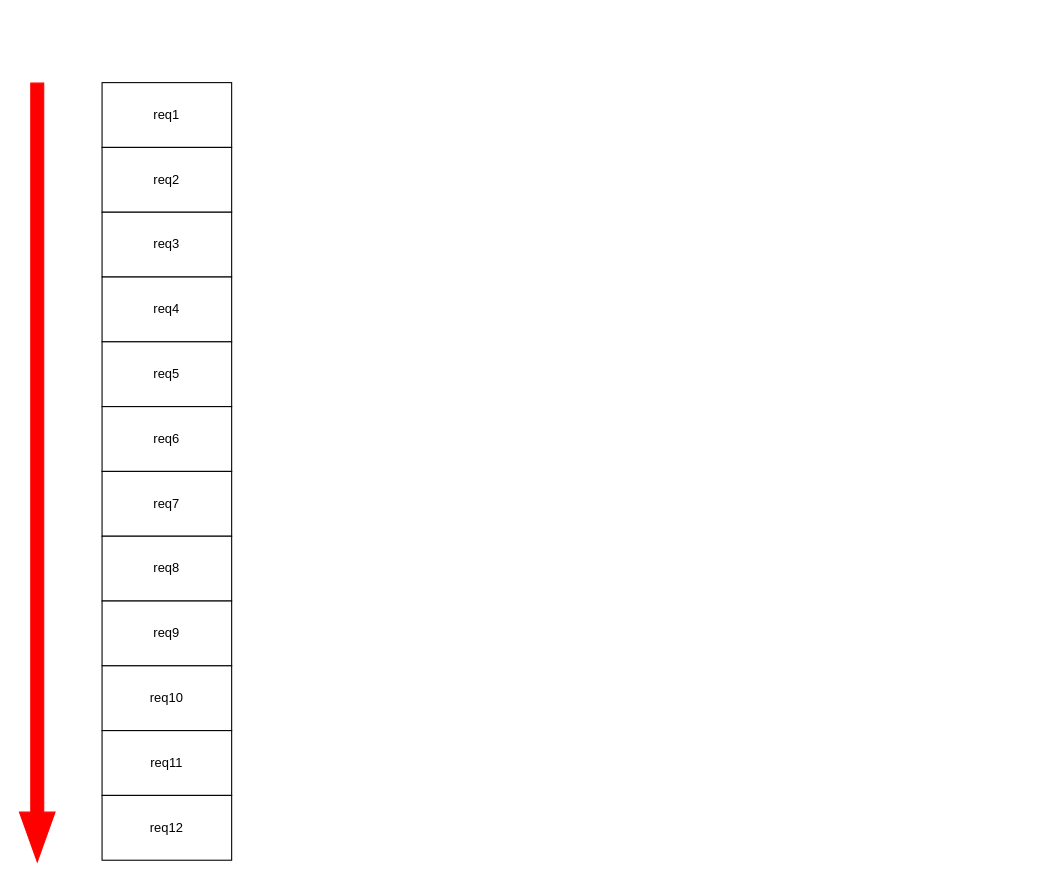
Before: streaming_grpc.drawio in FAKERINHEART/draw_folder, a draw.io diagram. Source tidied: cells renumbered, new cells numbered last; positions are measured from the earlier drawing's top-left corner, leaving out a move shared by most shapes. Both pictures are drawn from the tidied source at 108%, with x=0, y=0 at pixel (37, 82).
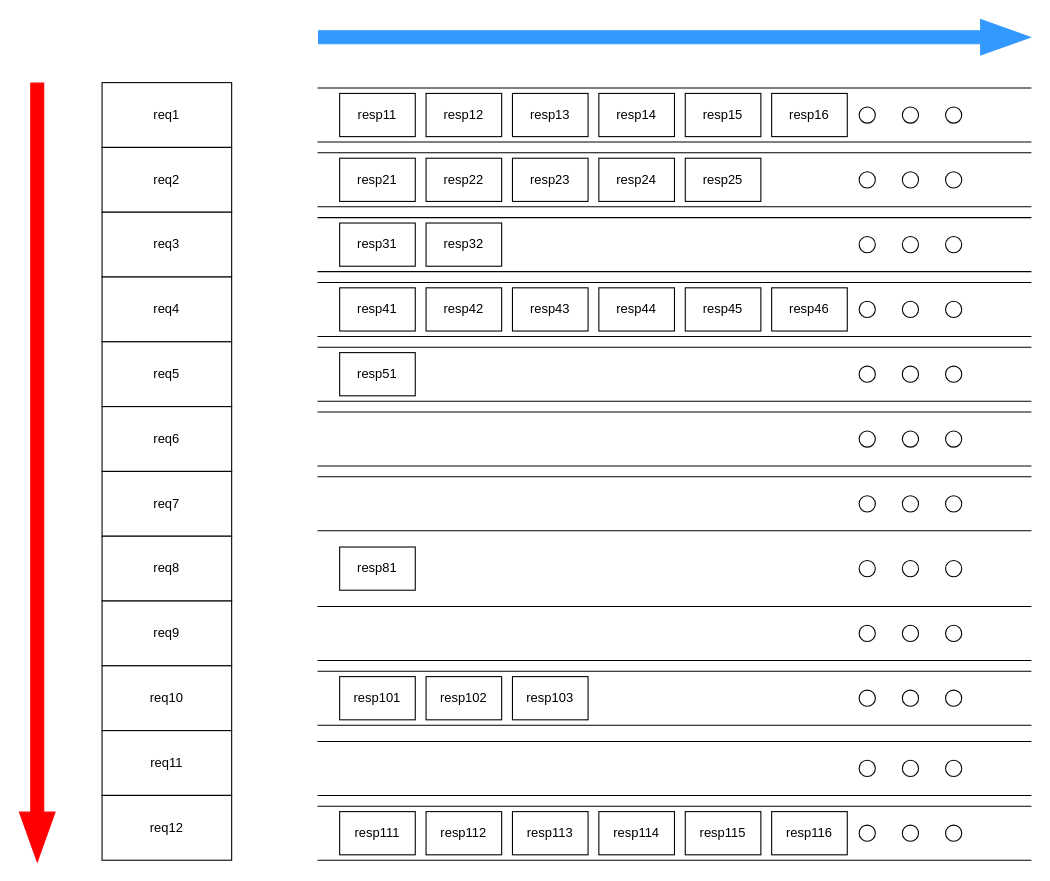
Above is the later version.

Change to the diagram source:
```diff
@@
+    <mxCell id="15" style="shape=partialRectangle;whiteSpace=wrap;html=1;left=0;right=0;fillColor=none;" parent="1" vertex="1">
+      <mxGeometry x="260" y="5" width="660" height="50" as="geometry" />
+    </mxCell>
+    <mxCell id="16" value="resp11" style="rounded=0;whiteSpace=wrap;html=1;" parent="1" vertex="1">
+      <mxGeometry x="280" y="10" width="70" height="40" as="geometry" />
+    </mxCell>
+    <mxCell id="17" value="resp12" style="rounded=0;whiteSpace=wrap;html=1;" parent="1" vertex="1">
+      <mxGeometry x="360" y="10" width="70" height="40" as="geometry" />
+    </mxCell>
+    <mxCell id="18" value="resp13" style="rounded=0;whiteSpace=wrap;html=1;" parent="1" vertex="1">
+      <mxGeometry x="440" y="10" width="70" height="40" as="geometry" />
+    </mxCell>
+    <mxCell id="19" value="resp14" style="rounded=0;whiteSpace=wrap;html=1;" parent="1" vertex="1">
+      <mxGeometry x="520" y="10" width="70" height="40" as="geometry" />
+    </mxCell>
+    <mxCell id="20" style="ellipse;whiteSpace=wrap;html=1;" parent="1" vertex="1">
+      <mxGeometry x="801" y="22.5" width="15" height="15" as="geometry" />
+    </mxCell>
+    <mxCell id="21" style="ellipse;whiteSpace=wrap;html=1;" parent="1" vertex="1">
+      <mxGeometry x="841" y="22.5" width="15" height="15" as="geometry" />
+    </mxCell>
+    <mxCell id="22" style="ellipse;whiteSpace=wrap;html=1;" parent="1" vertex="1">
+      <mxGeometry x="761" y="22.5" width="15" height="15" as="geometry" />
+    </mxCell>
+    <mxCell id="23" value="resp15" style="rounded=0;whiteSpace=wrap;html=1;" parent="1" vertex="1">
+      <mxGeometry x="600" y="10" width="70" height="40" as="geometry" />
+    </mxCell>
+    <mxCell id="24" value="resp16" style="rounded=0;whiteSpace=wrap;html=1;" parent="1" vertex="1">
+      <mxGeometry x="680" y="10" width="70" height="40" as="geometry" />
+    </mxCell>
+    <mxCell id="25" style="endArrow=block;html=1;rounded=0;fillColor=#3399FF;endFill=0;strokeColor=#3399FF;shape=flexArrow;width=12;endSize=15;" parent="1" edge="1">
+      <mxGeometry relative="1" as="geometry">
+        <mxPoint x="260" y="-42" as="sourcePoint" />
+        <mxPoint x="920" y="-42" as="targetPoint" />
+      </mxGeometry>
+    </mxCell>
+    <mxCell id="26" style="shape=partialRectangle;whiteSpace=wrap;html=1;left=0;right=0;fillColor=none;" parent="1" vertex="1">
+      <mxGeometry x="260" y="65" width="660" height="50" as="geometry" />
+    </mxCell>
+    <mxCell id="27" value="resp21" style="rounded=0;whiteSpace=wrap;html=1;" parent="1" vertex="1">
+      <mxGeometry x="280" y="70" width="70" height="40" as="geometry" />
+    </mxCell>
+    <mxCell id="28" value="resp22" style="rounded=0;whiteSpace=wrap;html=1;" parent="1" vertex="1">
+      <mxGeometry x="360" y="70" width="70" height="40" as="geometry" />
+    </mxCell>
+    <mxCell id="29" value="resp23" style="rounded=0;whiteSpace=wrap;html=1;" parent="1" vertex="1">
+      <mxGeometry x="440" y="70" width="70" height="40" as="geometry" />
+    </mxCell>
+    <mxCell id="30" value="resp24" style="rounded=0;whiteSpace=wrap;html=1;" parent="1" vertex="1">
+      <mxGeometry x="520" y="70" width="70" height="40" as="geometry" />
+    </mxCell>
+    <mxCell id="31" style="ellipse;whiteSpace=wrap;html=1;" parent="1" vertex="1">
+      <mxGeometry x="801" y="82.5" width="15" height="15" as="geometry" />
+    </mxCell>
+    <mxCell id="32" style="ellipse;whiteSpace=wrap;html=1;" parent="1" vertex="1">
+      <mxGeometry x="841" y="82.5" width="15" height="15" as="geometry" />
+    </mxCell>
+    <mxCell id="33" style="ellipse;whiteSpace=wrap;html=1;" parent="1" vertex="1">
+      <mxGeometry x="761" y="82.5" width="15" height="15" as="geometry" />
+    </mxCell>
+    <mxCell id="34" value="resp25" style="rounded=0;whiteSpace=wrap;html=1;" parent="1" vertex="1">
+      <mxGeometry x="600" y="70" width="70" height="40" as="geometry" />
+    </mxCell>
+    <mxCell id="35" style="shape=partialRectangle;whiteSpace=wrap;html=1;left=0;right=0;fillColor=none;" parent="1" vertex="1">
+      <mxGeometry x="260" y="125" width="660" height="50" as="geometry" />
+    </mxCell>
+    <mxCell id="36" value="resp31" style="rounded=0;whiteSpace=wrap;html=1;" parent="1" vertex="1">
+      <mxGeometry x="280" y="130" width="70" height="40" as="geometry" />
+    </mxCell>
+    <mxCell id="37" value="resp32" style="rounded=0;whiteSpace=wrap;html=1;" parent="1" vertex="1">
+      <mxGeometry x="360" y="130" width="70" height="40" as="geometry" />
+    </mxCell>
+    <mxCell id="38" style="ellipse;whiteSpace=wrap;html=1;" parent="1" vertex="1">
+      <mxGeometry x="801" y="142.5" width="15" height="15" as="geometry" />
+    </mxCell>
+    <mxCell id="39" style="ellipse;whiteSpace=wrap;html=1;" parent="1" vertex="1">
+      <mxGeometry x="841" y="142.5" width="15" height="15" as="geometry" />
+    </mxCell>
+    <mxCell id="40" style="ellipse;whiteSpace=wrap;html=1;" parent="1" vertex="1">
+      <mxGeometry x="761" y="142.5" width="15" height="15" as="geometry" />
+    </mxCell>
+    <mxCell id="41" style="shape=partialRectangle;whiteSpace=wrap;html=1;left=0;right=0;fillColor=none;" parent="1" vertex="1">
+      <mxGeometry x="260" y="185" width="660" height="50" as="geometry" />
+    </mxCell>
+    <mxCell id="42" value="resp41" style="rounded=0;whiteSpace=wrap;html=1;" parent="1" vertex="1">
+      <mxGeometry x="280" y="190" width="70" height="40" as="geometry" />
+    </mxCell>
+    <mxCell id="43" value="resp42" style="rounded=0;whiteSpace=wrap;html=1;" parent="1" vertex="1">
+      <mxGeometry x="360" y="190" width="70" height="40" as="geometry" />
+    </mxCell>
+    <mxCell id="44" value="resp43" style="rounded=0;whiteSpace=wrap;html=1;" parent="1" vertex="1">
+      <mxGeometry x="440" y="190" width="70" height="40" as="geometry" />
+    </mxCell>
+    <mxCell id="45" value="resp44" style="rounded=0;whiteSpace=wrap;html=1;" parent="1" vertex="1">
+      <mxGeometry x="520" y="190" width="70" height="40" as="geometry" />
+    </mxCell>
+    <mxCell id="46" style="ellipse;whiteSpace=wrap;html=1;" parent="1" vertex="1">
+      <mxGeometry x="801" y="202.5" width="15" height="15" as="geometry" />
+    </mxCell>
+    <mxCell id="47" style="ellipse;whiteSpace=wrap;html=1;" parent="1" vertex="1">
+      <mxGeometry x="841" y="202.5" width="15" height="15" as="geometry" />
+    </mxCell>
+    <mxCell id="48" style="ellipse;whiteSpace=wrap;html=1;" parent="1" vertex="1">
+      <mxGeometry x="761" y="202.5" width="15" height="15" as="geometry" />
+    </mxCell>
+    <mxCell id="49" value="resp45" style="rounded=0;whiteSpace=wrap;html=1;" parent="1" vertex="1">
+      <mxGeometry x="600" y="190" width="70" height="40" as="geometry" />
+    </mxCell>
+    <mxCell id="50" value="resp46" style="rounded=0;whiteSpace=wrap;html=1;" parent="1" vertex="1">
+      <mxGeometry x="680" y="190" width="70" height="40" as="geometry" />
+    </mxCell>
+    <mxCell id="51" style="shape=partialRectangle;whiteSpace=wrap;html=1;left=0;right=0;fillColor=none;" parent="1" vertex="1">
+      <mxGeometry x="260" y="245" width="660" height="50" as="geometry" />
+    </mxCell>
+    <mxCell id="52" value="resp51" style="rounded=0;whiteSpace=wrap;html=1;" parent="1" vertex="1">
+      <mxGeometry x="280" y="250" width="70" height="40" as="geometry" />
+    </mxCell>
+    <mxCell id="53" style="ellipse;whiteSpace=wrap;html=1;" parent="1" vertex="1">
+      <mxGeometry x="801" y="262.5" width="15" height="15" as="geometry" />
+    </mxCell>
+    <mxCell id="54" style="ellipse;whiteSpace=wrap;html=1;" parent="1" vertex="1">
+      <mxGeometry x="841" y="262.5" width="15" height="15" as="geometry" />
+    </mxCell>
+    <mxCell id="55" style="ellipse;whiteSpace=wrap;html=1;" parent="1" vertex="1">
+      <mxGeometry x="761" y="262.5" width="15" height="15" as="geometry" />
+    </mxCell>
+    <mxCell id="56" style="shape=partialRectangle;whiteSpace=wrap;html=1;left=0;right=0;fillColor=none;" parent="1" vertex="1">
+      <mxGeometry x="260" y="305" width="660" height="50" as="geometry" />
+    </mxCell>
+    <mxCell id="57" style="ellipse;whiteSpace=wrap;html=1;" parent="1" vertex="1">
+      <mxGeometry x="801" y="322.5" width="15" height="15" as="geometry" />
+    </mxCell>
+    <mxCell id="58" style="ellipse;whiteSpace=wrap;html=1;" parent="1" vertex="1">
+      <mxGeometry x="841" y="322.5" width="15" height="15" as="geometry" />
+    </mxCell>
+    <mxCell id="59" style="ellipse;whiteSpace=wrap;html=1;" parent="1" vertex="1">
+      <mxGeometry x="761" y="322.5" width="15" height="15" as="geometry" />
+    </mxCell>
+    <mxCell id="60" style="shape=partialRectangle;whiteSpace=wrap;html=1;left=0;right=0;fillColor=none;" parent="1" vertex="1">
+      <mxGeometry x="260" y="365" width="660" height="50" as="geometry" />
+    </mxCell>
+    <mxCell id="61" style="ellipse;whiteSpace=wrap;html=1;" parent="1" vertex="1">
+      <mxGeometry x="801" y="382.5" width="15" height="15" as="geometry" />
+    </mxCell>
+    <mxCell id="62" style="ellipse;whiteSpace=wrap;html=1;" parent="1" vertex="1">
+      <mxGeometry x="841" y="382.5" width="15" height="15" as="geometry" />
+    </mxCell>
+    <mxCell id="63" style="ellipse;whiteSpace=wrap;html=1;" parent="1" vertex="1">
+      <mxGeometry x="761" y="382.5" width="15" height="15" as="geometry" />
+    </mxCell>
+    <mxCell id="64" value="resp81" style="rounded=0;whiteSpace=wrap;html=1;" parent="1" vertex="1">
+      <mxGeometry x="280" y="430" width="70" height="40" as="geometry" />
+    </mxCell>
+    <mxCell id="65" style="ellipse;whiteSpace=wrap;html=1;" parent="1" vertex="1">
+      <mxGeometry x="801" y="442.5" width="15" height="15" as="geometry" />
+    </mxCell>
+    <mxCell id="66" style="ellipse;whiteSpace=wrap;html=1;" parent="1" vertex="1">
+      <mxGeometry x="841" y="442.5" width="15" height="15" as="geometry" />
+    </mxCell>
+    <mxCell id="67" style="ellipse;whiteSpace=wrap;html=1;" parent="1" vertex="1">
+      <mxGeometry x="761" y="442.5" width="15" height="15" as="geometry" />
+    </mxCell>
+    <mxCell id="68" style="shape=partialRectangle;whiteSpace=wrap;html=1;left=0;right=0;fillColor=none;" parent="1" vertex="1">
+      <mxGeometry x="260" y="485" width="660" height="50" as="geometry" />
+    </mxCell>
+    <mxCell id="69" style="ellipse;whiteSpace=wrap;html=1;" parent="1" vertex="1">
+      <mxGeometry x="801" y="502.5" width="15" height="15" as="geometry" />
+    </mxCell>
+    <mxCell id="70" style="ellipse;whiteSpace=wrap;html=1;" parent="1" vertex="1">
+      <mxGeometry x="841" y="502.5" width="15" height="15" as="geometry" />
+    </mxCell>
+    <mxCell id="71" style="ellipse;whiteSpace=wrap;html=1;" parent="1" vertex="1">
+      <mxGeometry x="761" y="502.5" width="15" height="15" as="geometry" />
+    </mxCell>
+    <mxCell id="72" style="shape=partialRectangle;whiteSpace=wrap;html=1;left=0;right=0;fillColor=none;" parent="1" vertex="1">
+      <mxGeometry x="260" y="545" width="660" height="50" as="geometry" />
+    </mxCell>
+    <mxCell id="73" value="resp101" style="rounded=0;whiteSpace=wrap;html=1;" parent="1" vertex="1">
+      <mxGeometry x="280" y="550" width="70" height="40" as="geometry" />
+    </mxCell>
+    <mxCell id="74" value="resp102" style="rounded=0;whiteSpace=wrap;html=1;" parent="1" vertex="1">
+      <mxGeometry x="360" y="550" width="70" height="40" as="geometry" />
+    </mxCell>
+    <mxCell id="75" value="resp103" style="rounded=0;whiteSpace=wrap;html=1;" parent="1" vertex="1">
+      <mxGeometry x="440" y="550" width="70" height="40" as="geometry" />
+    </mxCell>
+    <mxCell id="76" style="ellipse;whiteSpace=wrap;html=1;" parent="1" vertex="1">
+      <mxGeometry x="801" y="562.5" width="15" height="15" as="geometry" />
+    </mxCell>
+    <mxCell id="77" style="ellipse;whiteSpace=wrap;html=1;" parent="1" vertex="1">
+      <mxGeometry x="841" y="562.5" width="15" height="15" as="geometry" />
+    </mxCell>
+    <mxCell id="78" style="ellipse;whiteSpace=wrap;html=1;" parent="1" vertex="1">
+      <mxGeometry x="761" y="562.5" width="15" height="15" as="geometry" />
+    </mxCell>
+    <mxCell id="79" style="shape=partialRectangle;whiteSpace=wrap;html=1;left=0;right=0;fillColor=none;" parent="1" vertex="1">
+      <mxGeometry x="260" y="610" width="660" height="50" as="geometry" />
+    </mxCell>
+    <mxCell id="80" style="ellipse;whiteSpace=wrap;html=1;" parent="1" vertex="1">
+      <mxGeometry x="801" y="627.5" width="15" height="15" as="geometry" />
+    </mxCell>
+    <mxCell id="81" style="ellipse;whiteSpace=wrap;html=1;" parent="1" vertex="1">
+      <mxGeometry x="841" y="627.5" width="15" height="15" as="geometry" />
+    </mxCell>
+    <mxCell id="82" style="ellipse;whiteSpace=wrap;html=1;" parent="1" vertex="1">
+      <mxGeometry x="761" y="627.5" width="15" height="15" as="geometry" />
+    </mxCell>
+    <mxCell id="83" style="shape=partialRectangle;whiteSpace=wrap;html=1;left=0;right=0;fillColor=none;" parent="1" vertex="1">
+      <mxGeometry x="260" y="670" width="660" height="50" as="geometry" />
+    </mxCell>
+    <mxCell id="84" value="resp111" style="rounded=0;whiteSpace=wrap;html=1;" parent="1" vertex="1">
+      <mxGeometry x="280" y="675" width="70" height="40" as="geometry" />
+    </mxCell>
+    <mxCell id="85" value="resp112" style="rounded=0;whiteSpace=wrap;html=1;" parent="1" vertex="1">
+      <mxGeometry x="360" y="675" width="70" height="40" as="geometry" />
+    </mxCell>
+    <mxCell id="86" value="resp113" style="rounded=0;whiteSpace=wrap;html=1;" parent="1" vertex="1">
+      <mxGeometry x="440" y="675" width="70" height="40" as="geometry" />
+    </mxCell>
+    <mxCell id="87" value="resp114" style="rounded=0;whiteSpace=wrap;html=1;" parent="1" vertex="1">
+      <mxGeometry x="520" y="675" width="70" height="40" as="geometry" />
+    </mxCell>
+    <mxCell id="88" style="ellipse;whiteSpace=wrap;html=1;" parent="1" vertex="1">
+      <mxGeometry x="801" y="687.5" width="15" height="15" as="geometry" />
+    </mxCell>
+    <mxCell id="89" style="ellipse;whiteSpace=wrap;html=1;" parent="1" vertex="1">
+      <mxGeometry x="841" y="687.5" width="15" height="15" as="geometry" />
+    </mxCell>
+    <mxCell id="90" style="ellipse;whiteSpace=wrap;html=1;" parent="1" vertex="1">
+      <mxGeometry x="761" y="687.5" width="15" height="15" as="geometry" />
+    </mxCell>
+    <mxCell id="91" value="resp115" style="rounded=0;whiteSpace=wrap;html=1;" parent="1" vertex="1">
+      <mxGeometry x="600" y="675" width="70" height="40" as="geometry" />
+    </mxCell>
+    <mxCell id="92" value="resp116" style="rounded=0;whiteSpace=wrap;html=1;" parent="1" vertex="1">
+      <mxGeometry x="680" y="675" width="70" height="40" as="geometry" />
+    </mxCell>
```
